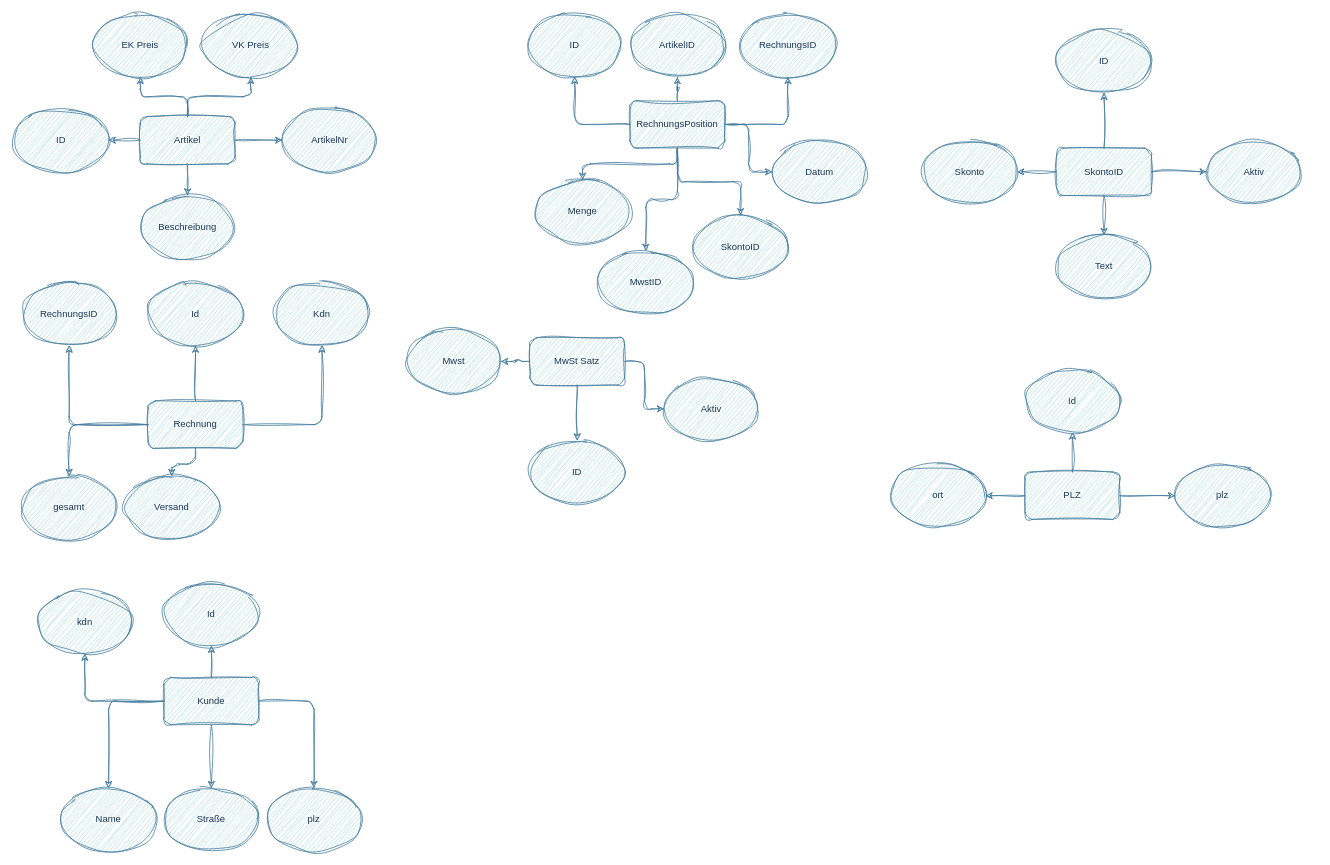
Xairooo/pap-test keeps this draw.io diagram as 2023-09-12.drawio. Above is the earlier version. Source tidied: cells renumbered, new cells numbered last; positions are measured from the earlier drawing's top-left corner, leaving out a move shared by most shapes. Both pictures are drawn from the tidied source at 79%, with x=0, y=0 at pixel (13, 13).
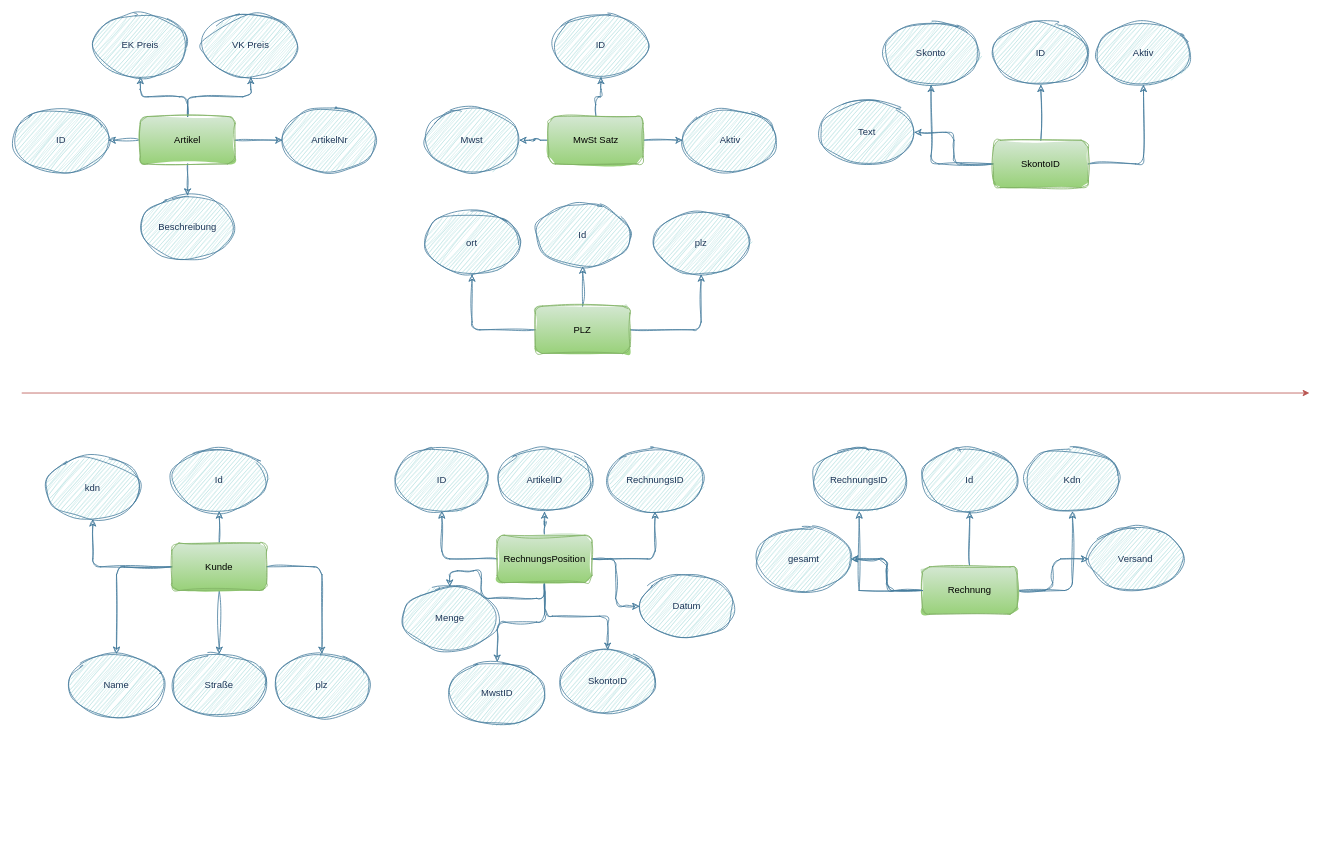
The same diagram, later.

The edit, as a diff of the source:
```diff
@@
-    <mxCell id="7" value="Artikel" style="rounded=1;whiteSpace=wrap;html=1;labelBackgroundColor=none;fillColor=#A8DADC;strokeColor=#457B9D;fontColor=#1D3557;sketch=1;curveFitting=1;jiggle=2;" parent="1" vertex="1">
+    <mxCell id="7" value="Artikel" style="rounded=1;whiteSpace=wrap;html=1;labelBackgroundColor=none;fillColor=#d5e8d4;strokeColor=#82b366;sketch=1;curveFitting=1;jiggle=2;gradientColor=#97d077;" parent="1" vertex="1">
       <mxGeometry x="160" y="130" width="120" height="60" as="geometry" />
     </mxCell>
@@
-    <mxCell id="9" style="edgeStyle=orthogonalEdgeStyle;rounded=1;jettySize=auto;html=1;labelBackgroundColor=none;strokeColor=#457B9D;fontColor=default;sketch=1;curveFitting=1;jiggle=2;" parent="1" edge="1" source="13" target="63">
-      <mxGeometry relative="1" as="geometry" />
-    </mxCell>
@@
+    <mxCell id="9" style="edgeStyle=orthogonalEdgeStyle;rounded=0;sketch=1;hachureGap=4;jiggle=2;curveFitting=1;jettySize=auto;html=1;strokeColor=#457B9D;fontFamily=Architects Daughter;fontSize=16;fontColor=#1D3557;fillColor=#A8DADC;" parent="1" edge="1" source="13" target="63">
+      <mxGeometry relative="1" as="geometry" />
+    </mxCell>
-    <mxCell id="13" value="Rechnung" style="rounded=1;whiteSpace=wrap;html=1;labelBackgroundColor=none;fillColor=#A8DADC;strokeColor=#457B9D;fontColor=#1D3557;sketch=1;curveFitting=1;jiggle=2;" parent="1" vertex="1">
-      <mxGeometry x="170" y="490" width="120" height="60" as="geometry" />
+    <mxCell id="13" value="Rechnung" style="rounded=1;whiteSpace=wrap;html=1;labelBackgroundColor=none;fillColor=#d5e8d4;strokeColor=#82b366;sketch=1;curveFitting=1;jiggle=2;gradientColor=#97d077;" parent="1" vertex="1">
+      <mxGeometry x="1150" y="700" width="120" height="60" as="geometry" />
     </mxCell>
@@
-    <mxCell id="19" value="Kunde" style="rounded=1;whiteSpace=wrap;html=1;labelBackgroundColor=none;fillColor=#A8DADC;strokeColor=#457B9D;fontColor=#1D3557;sketch=1;curveFitting=1;jiggle=2;" parent="1" vertex="1">
-      <mxGeometry x="190" y="840" width="120" height="60" as="geometry" />
+    <mxCell id="19" value="Kunde" style="rounded=1;whiteSpace=wrap;html=1;labelBackgroundColor=none;fillColor=#d5e8d4;strokeColor=#82b366;sketch=1;curveFitting=1;jiggle=2;gradientColor=#97d077;" parent="1" vertex="1">
+      <mxGeometry x="200" y="670" width="120" height="60" as="geometry" />
     </mxCell>
@@
-    <mxCell id="23" value="PLZ" style="rounded=1;whiteSpace=wrap;html=1;labelBackgroundColor=none;fillColor=#A8DADC;strokeColor=#457B9D;fontColor=#1D3557;sketch=1;curveFitting=1;jiggle=2;" parent="1" vertex="1">
-      <mxGeometry x="1280" y="580" width="120" height="60" as="geometry" />
+    <mxCell id="23" value="PLZ" style="rounded=1;whiteSpace=wrap;html=1;labelBackgroundColor=none;fillColor=#d5e8d4;strokeColor=#82b366;sketch=1;curveFitting=1;jiggle=2;gradientColor=#97d077;" parent="1" vertex="1">
+      <mxGeometry x="660" y="370" width="120" height="60" as="geometry" />
     </mxCell>
@@
-    <mxCell id="31" value="RechnungsPosition" style="rounded=1;whiteSpace=wrap;html=1;labelBackgroundColor=none;fillColor=#A8DADC;strokeColor=#457B9D;fontColor=#1D3557;sketch=1;curveFitting=1;jiggle=2;" parent="1" vertex="1">
-      <mxGeometry x="780" y="110" width="120" height="60" as="geometry" />
+    <mxCell id="31" value="RechnungsPosition" style="rounded=1;whiteSpace=wrap;html=1;labelBackgroundColor=none;fillColor=#d5e8d4;strokeColor=#82b366;sketch=1;curveFitting=1;jiggle=2;gradientColor=#97d077;" parent="1" vertex="1">
+      <mxGeometry x="611.8" y="660" width="120" height="60" as="geometry" />
     </mxCell>
@@
     <mxCell id="37" value="ID" style="ellipse;whiteSpace=wrap;html=1;rounded=1;labelBackgroundColor=none;fillColor=#A8DADC;strokeColor=#457B9D;fontColor=#1D3557;sketch=1;curveFitting=1;jiggle=2;" parent="1" vertex="1">
-      <mxGeometry x="650" width="120" height="80" as="geometry" />
+      <mxGeometry x="481.8" y="550" width="120" height="80" as="geometry" />
     </mxCell>
     <mxCell id="38" value="Versand" style="ellipse;whiteSpace=wrap;html=1;rounded=1;labelBackgroundColor=none;fillColor=#A8DADC;strokeColor=#457B9D;fontColor=#1D3557;sketch=1;curveFitting=1;jiggle=2;" parent="1" vertex="1">
-      <mxGeometry x="140" y="585" width="120" height="80" as="geometry" />
+      <mxGeometry x="1360" y="650" width="120" height="80" as="geometry" />
     </mxCell>
     <mxCell id="39" value="SkontoID" style="ellipse;whiteSpace=wrap;html=1;rounded=1;labelBackgroundColor=none;fillColor=#A8DADC;strokeColor=#457B9D;fontColor=#1D3557;sketch=1;curveFitting=1;jiggle=2;" parent="1" vertex="1">
-      <mxGeometry x="860" y="255" width="120" height="80" as="geometry" />
+      <mxGeometry x="691.8" y="805" width="120" height="80" as="geometry" />
     </mxCell>
     <mxCell id="40" value="Datum" style="ellipse;whiteSpace=wrap;html=1;rounded=1;labelBackgroundColor=none;fillColor=#A8DADC;strokeColor=#457B9D;fontColor=#1D3557;sketch=1;curveFitting=1;jiggle=2;" parent="1" vertex="1">
-      <mxGeometry x="960" y="160" width="120" height="80" as="geometry" />
+      <mxGeometry x="791.8" y="710" width="120" height="80" as="geometry" />
     </mxCell>
     <mxCell id="41" value="ArtikelID" style="ellipse;whiteSpace=wrap;html=1;rounded=1;labelBackgroundColor=none;fillColor=#A8DADC;strokeColor=#457B9D;fontColor=#1D3557;sketch=1;curveFitting=1;jiggle=2;" parent="1" vertex="1">
-      <mxGeometry x="780" width="120" height="80" as="geometry" />
+      <mxGeometry x="611.8" y="550" width="120" height="80" as="geometry" />
     </mxCell>
     <mxCell id="42" value="MwstID" style="ellipse;whiteSpace=wrap;html=1;rounded=1;labelBackgroundColor=none;fillColor=#A8DADC;strokeColor=#457B9D;fontColor=#1D3557;sketch=1;curveFitting=1;jiggle=2;" parent="1" vertex="1">
-      <mxGeometry x="740" y="300" width="120" height="80" as="geometry" />
+      <mxGeometry x="551.8" y="820" width="120" height="80" as="geometry" />
     </mxCell>
     <mxCell id="43" value="Menge" style="ellipse;whiteSpace=wrap;html=1;rounded=1;labelBackgroundColor=none;fillColor=#A8DADC;strokeColor=#457B9D;fontColor=#1D3557;sketch=1;curveFitting=1;jiggle=2;" parent="1" vertex="1">
-      <mxGeometry x="660" y="210" width="120" height="80" as="geometry" />
+      <mxGeometry x="491.8" y="725" width="120" height="80" as="geometry" />
     </mxCell>
     <mxCell id="44" value="RechnungsID" style="ellipse;whiteSpace=wrap;html=1;rounded=1;labelBackgroundColor=none;fillColor=#A8DADC;strokeColor=#457B9D;fontColor=#1D3557;sketch=1;curveFitting=1;jiggle=2;" parent="1" vertex="1">
-      <mxGeometry x="920" width="120" height="80" as="geometry" />
+      <mxGeometry x="751.8" y="550" width="120" height="80" as="geometry" />
     </mxCell>
@@
-    <mxCell id="48" value="MwSt Satz" style="rounded=1;whiteSpace=wrap;html=1;labelBackgroundColor=none;fillColor=#A8DADC;strokeColor=#457B9D;fontColor=#1D3557;sketch=1;curveFitting=1;jiggle=2;" parent="1" vertex="1">
-      <mxGeometry x="653.2" y="410" width="120" height="60" as="geometry" />
+    <mxCell id="48" value="MwSt Satz" style="rounded=1;whiteSpace=wrap;html=1;labelBackgroundColor=none;sketch=1;curveFitting=1;jiggle=2;fillColor=#d5e8d4;gradientColor=#97d077;strokeColor=#82b366;" parent="1" vertex="1">
+      <mxGeometry x="676.5" y="130" width="120" height="60" as="geometry" />
     </mxCell>
@@
-    <mxCell id="53" value="SkontoID" style="rounded=1;whiteSpace=wrap;html=1;labelBackgroundColor=none;fillColor=#A8DADC;strokeColor=#457B9D;fontColor=#1D3557;sketch=1;curveFitting=1;jiggle=2;" parent="1" vertex="1">
-      <mxGeometry x="1320" y="170" width="120" height="60" as="geometry" />
+    <mxCell id="53" value="SkontoID" style="rounded=1;whiteSpace=wrap;html=1;labelBackgroundColor=none;fillColor=#d5e8d4;strokeColor=#82b366;sketch=1;curveFitting=1;jiggle=2;gradientColor=#97d077;" parent="1" vertex="1">
+      <mxGeometry x="1240" y="160" width="120" height="60" as="geometry" />
     </mxCell>
     <mxCell id="54" value="ID" style="ellipse;whiteSpace=wrap;html=1;rounded=1;labelBackgroundColor=none;fillColor=#A8DADC;strokeColor=#457B9D;fontColor=#1D3557;sketch=1;curveFitting=1;jiggle=2;" parent="1" vertex="1">
-      <mxGeometry x="653.2" y="540" width="120" height="80" as="geometry" />
+      <mxGeometry x="683.2" width="120" height="80" as="geometry" />
     </mxCell>
     <mxCell id="55" value="ID" style="ellipse;whiteSpace=wrap;html=1;rounded=1;labelBackgroundColor=none;fillColor=#A8DADC;strokeColor=#457B9D;fontColor=#1D3557;sketch=1;curveFitting=1;jiggle=2;" parent="1" vertex="1">
-      <mxGeometry x="1320" y="20" width="120" height="80" as="geometry" />
+      <mxGeometry x="1240" y="10" width="120" height="80" as="geometry" />
     </mxCell>
     <mxCell id="56" value="Skonto" style="ellipse;whiteSpace=wrap;html=1;rounded=1;labelBackgroundColor=none;fillColor=#A8DADC;strokeColor=#457B9D;fontColor=#1D3557;sketch=1;curveFitting=1;jiggle=2;" parent="1" vertex="1">
-      <mxGeometry x="1150" y="160" width="120" height="80" as="geometry" />
+      <mxGeometry x="1101" y="10" width="120" height="80" as="geometry" />
     </mxCell>
     <mxCell id="57" value="Text" style="ellipse;whiteSpace=wrap;html=1;rounded=1;labelBackgroundColor=none;fillColor=#A8DADC;strokeColor=#457B9D;fontColor=#1D3557;sketch=1;curveFitting=1;jiggle=2;" parent="1" vertex="1">
-      <mxGeometry x="1320" y="280" width="120" height="80" as="geometry" />
+      <mxGeometry x="1020" y="110" width="120" height="80" as="geometry" />
     </mxCell>
     <mxCell id="58" value="Aktiv" style="ellipse;whiteSpace=wrap;html=1;rounded=1;labelBackgroundColor=none;fillColor=#A8DADC;strokeColor=#457B9D;fontColor=#1D3557;sketch=1;curveFitting=1;jiggle=2;" parent="1" vertex="1">
-      <mxGeometry x="1510" y="160" width="120" height="80" as="geometry" />
+      <mxGeometry x="1370" y="10" width="120" height="80" as="geometry" />
     </mxCell>
     <mxCell id="59" value="Aktiv" style="ellipse;whiteSpace=wrap;html=1;rounded=1;labelBackgroundColor=none;fillColor=#A8DADC;strokeColor=#457B9D;fontColor=#1D3557;sketch=1;curveFitting=1;jiggle=2;" parent="1" vertex="1">
-      <mxGeometry x="823.2" y="460" width="120" height="80" as="geometry" />
+      <mxGeometry x="846.5" y="120" width="120" height="80" as="geometry" />
     </mxCell>
     <mxCell id="60" value="Mwst" style="ellipse;whiteSpace=wrap;html=1;rounded=1;labelBackgroundColor=none;fillColor=#A8DADC;strokeColor=#457B9D;fontColor=#1D3557;sketch=1;curveFitting=1;jiggle=2;" parent="1" vertex="1">
-      <mxGeometry x="496.8" y="400" width="120" height="80" as="geometry" />
+      <mxGeometry x="520" y="120" width="120" height="80" as="geometry" />
     </mxCell>
     <mxCell id="61" value="Id" style="ellipse;whiteSpace=wrap;html=1;rounded=1;labelBackgroundColor=none;fillColor=#A8DADC;strokeColor=#457B9D;fontColor=#1D3557;sketch=1;curveFitting=1;jiggle=2;" parent="1" vertex="1">
-      <mxGeometry x="170" y="340" width="120" height="80" as="geometry" />
+      <mxGeometry x="1150" y="550" width="120" height="80" as="geometry" />
     </mxCell>
     <mxCell id="62" value="Kdn" style="ellipse;whiteSpace=wrap;html=1;rounded=1;labelBackgroundColor=none;fillColor=#A8DADC;strokeColor=#457B9D;fontColor=#1D3557;sketch=1;curveFitting=1;jiggle=2;" parent="1" vertex="1">
-      <mxGeometry x="330" y="340" width="120" height="80" as="geometry" />
+      <mxGeometry x="1280" y="550" width="120" height="80" as="geometry" />
     </mxCell>
     <mxCell id="63" value="RechnungsID" style="ellipse;whiteSpace=wrap;html=1;rounded=1;labelBackgroundColor=none;fillColor=#A8DADC;strokeColor=#457B9D;fontColor=#1D3557;sketch=1;curveFitting=1;jiggle=2;" parent="1" vertex="1">
-      <mxGeometry x="10" y="340" width="120" height="80" as="geometry" />
+      <mxGeometry x="1010" y="550" width="120" height="80" as="geometry" />
     </mxCell>
     <mxCell id="64" value="Id" style="ellipse;whiteSpace=wrap;html=1;rounded=1;labelBackgroundColor=none;fillColor=#A8DADC;strokeColor=#457B9D;fontColor=#1D3557;sketch=1;curveFitting=1;jiggle=2;" parent="1" vertex="1">
-      <mxGeometry x="1280" y="450" width="120" height="80" as="geometry" />
+      <mxGeometry x="660" y="240" width="120" height="80" as="geometry" />
     </mxCell>
     <mxCell id="65" value="plz" style="ellipse;whiteSpace=wrap;html=1;rounded=1;labelBackgroundColor=none;fillColor=#A8DADC;strokeColor=#457B9D;fontColor=#1D3557;sketch=1;curveFitting=1;jiggle=2;" parent="1" vertex="1">
-      <mxGeometry x="1470" y="570" width="120" height="80" as="geometry" />
+      <mxGeometry x="810" y="250" width="120" height="80" as="geometry" />
     </mxCell>
     <mxCell id="66" value="ort" style="ellipse;whiteSpace=wrap;html=1;rounded=1;labelBackgroundColor=none;fillColor=#A8DADC;strokeColor=#457B9D;fontColor=#1D3557;sketch=1;curveFitting=1;jiggle=2;" parent="1" vertex="1">
-      <mxGeometry x="1110" y="570" width="120" height="80" as="geometry" />
+      <mxGeometry x="520" y="250" width="120" height="80" as="geometry" />
     </mxCell>
     <mxCell id="67" value="Id" style="ellipse;whiteSpace=wrap;html=1;rounded=1;labelBackgroundColor=none;fillColor=#A8DADC;strokeColor=#457B9D;fontColor=#1D3557;sketch=1;curveFitting=1;jiggle=2;" parent="1" vertex="1">
-      <mxGeometry x="190" y="720" width="120" height="80" as="geometry" />
+      <mxGeometry x="200" y="550" width="120" height="80" as="geometry" />
     </mxCell>
     <mxCell id="68" value="Name" style="ellipse;whiteSpace=wrap;html=1;rounded=1;labelBackgroundColor=none;fillColor=#A8DADC;strokeColor=#457B9D;fontColor=#1D3557;sketch=1;curveFitting=1;jiggle=2;" parent="1" vertex="1">
-      <mxGeometry x="60" y="980" width="120" height="80" as="geometry" />
+      <mxGeometry x="70" y="810" width="120" height="80" as="geometry" />
     </mxCell>
     <mxCell id="69" value="kdn" style="ellipse;whiteSpace=wrap;html=1;rounded=1;labelBackgroundColor=none;fillColor=#A8DADC;strokeColor=#457B9D;fontColor=#1D3557;sketch=1;curveFitting=1;jiggle=2;" parent="1" vertex="1">
-      <mxGeometry x="30" y="730" width="120" height="80" as="geometry" />
+      <mxGeometry x="40" y="560" width="120" height="80" as="geometry" />
     </mxCell>
     <mxCell id="70" value="Straße" style="ellipse;whiteSpace=wrap;html=1;rounded=1;labelBackgroundColor=none;fillColor=#A8DADC;strokeColor=#457B9D;fontColor=#1D3557;sketch=1;curveFitting=1;jiggle=2;" parent="1" vertex="1">
-      <mxGeometry x="190" y="980" width="120" height="80" as="geometry" />
+      <mxGeometry x="200" y="810" width="120" height="80" as="geometry" />
     </mxCell>
     <mxCell id="71" value="plz" style="ellipse;whiteSpace=wrap;html=1;rounded=1;labelBackgroundColor=none;fillColor=#A8DADC;strokeColor=#457B9D;fontColor=#1D3557;sketch=1;curveFitting=1;jiggle=2;" parent="1" vertex="1">
-      <mxGeometry x="320" y="980" width="120" height="80" as="geometry" />
+      <mxGeometry x="330" y="810" width="120" height="80" as="geometry" />
     </mxCell>
+    <mxCell id="73" style="edgeStyle=orthogonalEdgeStyle;rounded=1;jettySize=auto;html=1;labelBackgroundColor=none;strokeColor=#457B9D;fontColor=default;sketch=1;curveFitting=1;jiggle=2;" parent="1" edge="1" source="13" target="72">
+      <mxGeometry relative="1" as="geometry" />
+    </mxCell>
     <mxCell id="72" value="gesamt" style="ellipse;whiteSpace=wrap;html=1;rounded=1;labelBackgroundColor=none;fillColor=#A8DADC;strokeColor=#457B9D;fontColor=#1D3557;sketch=1;curveFitting=1;jiggle=2;" parent="1" vertex="1">
-      <mxGeometry x="10" y="585" width="120" height="80" as="geometry" />
+      <mxGeometry x="940" y="650" width="120" height="80" as="geometry" />
     </mxCell>
+    <mxCell id="74" style="edgeStyle=none;orthogonalLoop=1;jettySize=auto;html=1;rounded=0;hachureGap=4;strokeColor=#b85450;fontFamily=Architects Daughter;fontSize=16;fontColor=#1D3557;fillColor=#f8cecc;gradientColor=#ea6b66;" parent="1" edge="1">
+      <mxGeometry relative="1" as="geometry">
+        <mxPoint x="10" y="480" as="sourcePoint" />
+        <mxPoint x="1640" y="480" as="targetPoint" />
+      </mxGeometry>
+    </mxCell>
```
